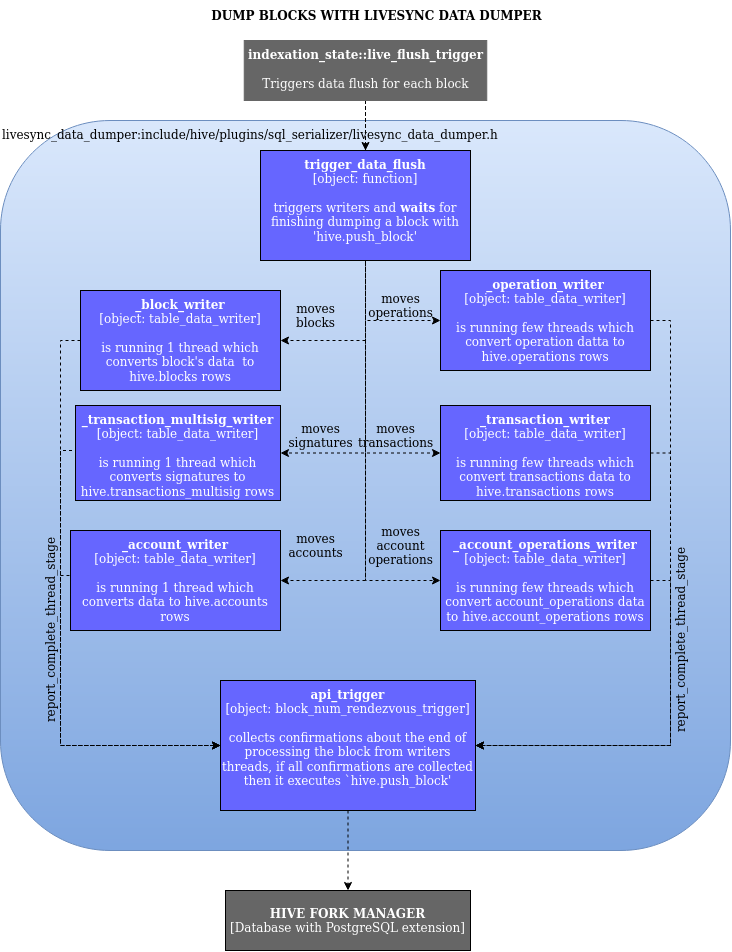
Earlier version of the draw.io export src/sql_serializer/doc/livesync_dumper.png (openhive-network/haf). Source tidied: cells renumbered, new cells last; positions are measured from the earlier drawing's top-left corner, leaving out a move shared by most shapes.
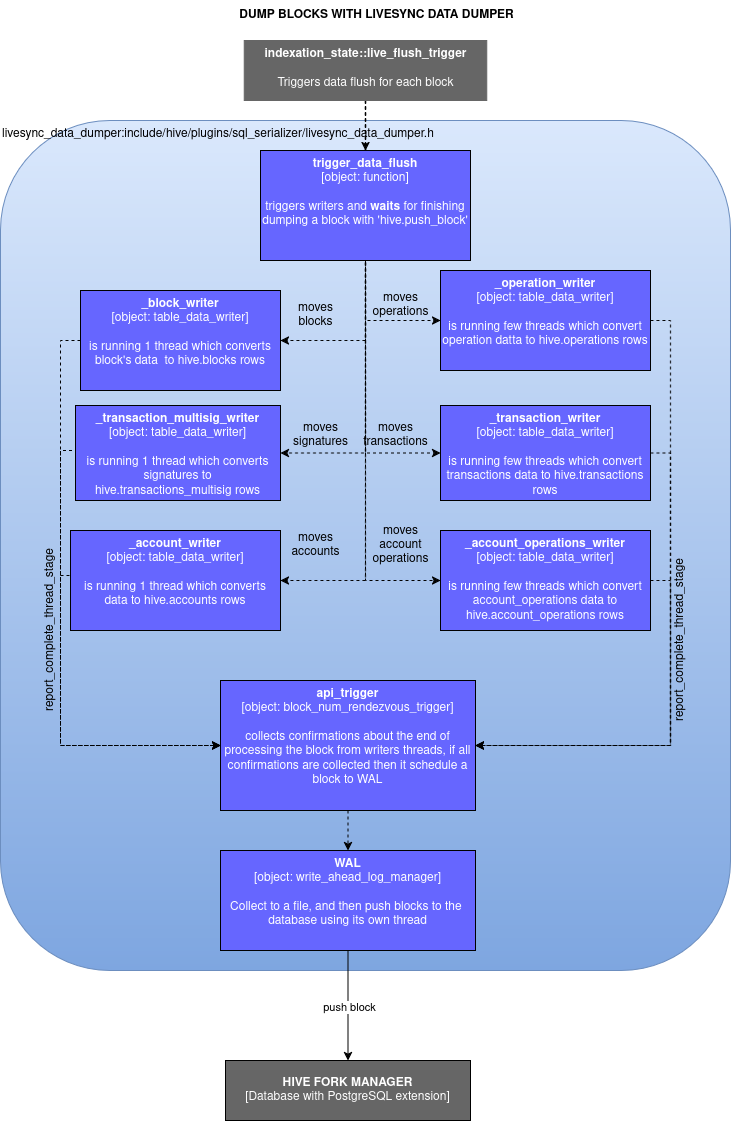
After the change.

Diff of the diagram source:
```diff
@@ -3,7 +3,7 @@
     <mxCell id="0" />
     <mxCell id="1" parent="0" />
     <mxCell id="2" value="livesync_data_dumper:include/hive/plugins/sql_serializer/livesync_data_dumper.h" style="rounded=1;whiteSpace=wrap;html=1;verticalAlign=top;align=left;fillColor=#dae8fc;gradientColor=#7ea6e0;strokeColor=#6c8ebf;" parent="1" vertex="1">
-      <mxGeometry x="50" y="120" width="730" height="730" as="geometry" />
+      <mxGeometry x="50" y="120" width="730" height="850" as="geometry" />
     </mxCell>
     <mxCell id="3" style="edgeStyle=orthogonalEdgeStyle;rounded=0;jettySize=auto;html=1;exitX=0.5;exitY=1;exitDx=0;exitDy=0;entryX=1;entryY=0.5;entryDx=0;entryDy=0;fontColor=#FFFFFF;dashed=1;" parent="1" edge="1" source="10" target="12">
       <mxGeometry relative="1" as="geometry" />
@@ -98,10 +98,10 @@
     <mxCell id="28" value="moves&lt;br&gt;accounts" style="text;html=1;align=center;verticalAlign=middle;strokeColor=none;fillColor=none;fontColor=#000000;fontSize=12;" parent="1" vertex="1">
       <mxGeometry x="330" y="530" width="70" height="30" as="geometry" />
     </mxCell>
-    <mxCell id="29" style="edgeStyle=orthogonalEdgeStyle;rounded=0;jettySize=auto;html=1;exitX=0.5;exitY=1;exitDx=0;exitDy=0;entryX=0.5;entryY=0;entryDx=0;entryDy=0;dashed=1;" parent="1" edge="1" source="30" target="33">
+    <mxCell id="29" style="edgeStyle=orthogonalEdgeStyle;rounded=0;jettySize=auto;html=1;exitX=0.5;exitY=1;exitDx=0;exitDy=0;entryX=0.5;entryY=0;entryDx=0;entryDy=0;dashed=1;" parent="1" edge="1" source="30" target="38">
       <mxGeometry relative="1" as="geometry" />
     </mxCell>
-    <mxCell id="30" value="&lt;div&gt;&lt;b&gt;api_trigger&lt;/b&gt;&lt;br&gt;[object: block_num_rendezvous_trigger]&lt;br&gt;&lt;/div&gt;&lt;div&gt;&lt;b&gt;&lt;br&gt;&lt;/b&gt;&lt;/div&gt;&lt;div&gt;collects confirmations about the end of processing the block from writers threads, if all confirmations are collected then it executes `hive.push_block'&lt;b&gt;&lt;br&gt;&lt;/b&gt;&lt;/div&gt;" style="rounded=0;whiteSpace=wrap;html=1;fontColor=#FFFFFF;fillColor=#6666FF;gradientColor=none;verticalAlign=top;" parent="1" vertex="1">
+    <mxCell id="30" value="&lt;div&gt;&lt;b&gt;api_trigger&lt;/b&gt;&lt;br&gt;[object: block_num_rendezvous_trigger]&lt;br&gt;&lt;/div&gt;&lt;div&gt;&lt;b&gt;&lt;br&gt;&lt;/b&gt;&lt;/div&gt;&lt;div&gt;collects confirmations about the end of processing the block from writers threads, if all confirmations are collected then it schedule a block to WAL&lt;b&gt;&lt;br&gt;&lt;/b&gt;&lt;/div&gt;" style="rounded=0;whiteSpace=wrap;html=1;fontColor=#FFFFFF;fillColor=#6666FF;gradientColor=none;verticalAlign=top;" parent="1" vertex="1">
       <mxGeometry x="270" y="680" width="255" height="130" as="geometry" />
     </mxCell>
     <mxCell id="31" value="report_complete_thread_stage" style="text;html=1;align=center;verticalAlign=middle;strokeColor=none;fillColor=none;fontSize=12;fontColor=#000000;rotation=270;" parent="1" vertex="1">
@@ -111,7 +111,7 @@
       <mxGeometry x="630" y="630" width="200" height="20" as="geometry" />
     </mxCell>
     <mxCell id="33" value="&lt;div&gt;&lt;font color=&quot;#FFFFFF&quot;&gt;&lt;b&gt;HIVE FORK MANAGER&lt;/b&gt;&lt;/font&gt;&lt;/div&gt;&lt;div&gt;&lt;font color=&quot;#FFFFFF&quot;&gt;[Database with PostgreSQL extension]&lt;b&gt;&lt;br&gt;&lt;/b&gt;&lt;/font&gt;&lt;/div&gt;" style="rounded=0;whiteSpace=wrap;html=1;fontSize=12;fontColor=#000000;fillColor=#666666;gradientColor=none;" parent="1" vertex="1">
-      <mxGeometry x="275" y="890" width="245" height="60" as="geometry" />
+      <mxGeometry x="275" y="1060" width="245" height="60" as="geometry" />
     </mxCell>
     <mxCell id="34" value="&lt;b&gt;DUMP BLOCKS WITH LIVESYNC DATA DUMPER&lt;/b&gt;" style="text;html=1;strokeColor=none;fillColor=none;align=center;verticalAlign=middle;whiteSpace=wrap;rounded=0;fontSize=12;fontColor=#000000;" parent="1" vertex="1">
       <mxGeometry x="250" width="352.5" height="30" as="geometry" />
@@ -119,5 +119,14 @@
     <mxCell id="35" value="&lt;div&gt;&lt;b&gt;trigger_data_flush&lt;br&gt;&lt;/b&gt;[object: function]&lt;b&gt;&lt;br&gt;&lt;/b&gt;&lt;br&gt;&lt;/div&gt;&lt;div&gt;triggers writers and&lt;b&gt; waits&lt;/b&gt; for finishing dumping a block with 'hive.push_block'&lt;br&gt;&lt;b&gt;&lt;/b&gt;&lt;/div&gt;" style="rounded=0;whiteSpace=wrap;html=1;fontColor=#FFFFFF;fillColor=#6666FF;gradientColor=none;verticalAlign=top;" parent="1" vertex="1">
       <mxGeometry x="310" y="150" width="210" height="110" as="geometry" />
     </mxCell>
+    <mxCell id="36" style="edgeStyle=orthogonalEdgeStyle;rounded=0;jettySize=auto;html=1;exitX=0.5;exitY=1;exitDx=0;exitDy=0;entryX=0.5;entryY=0;entryDx=0;entryDy=0;" parent="1" edge="1" source="38" target="33">
+      <mxGeometry relative="1" as="geometry" />
+    </mxCell>
+    <mxCell id="37" value="push block" style="edgeLabel;html=1;align=center;verticalAlign=middle;" parent="36" vertex="1">
+      <mxGeometry x="0.02" y="1" relative="1" as="geometry" />
+    </mxCell>
+    <mxCell id="38" value="&lt;div&gt;&lt;b&gt;WAL&lt;/b&gt;&lt;br&gt;[object: write_ahead_log_manager]&lt;br&gt;&lt;/div&gt;&lt;div&gt;&lt;b&gt;&lt;br&gt;&lt;/b&gt;&lt;/div&gt;&lt;div&gt;Collect to a file, and then push blocks to the&amp;nbsp; database using its own thread&lt;/div&gt;" style="rounded=0;whiteSpace=wrap;html=1;fontColor=#FFFFFF;fillColor=#6666FF;gradientColor=none;verticalAlign=top;" parent="1" vertex="1">
+      <mxGeometry x="270" y="850" width="255" height="100" as="geometry" />
+    </mxCell>
   </root>
 </mxGraphModel>
```
